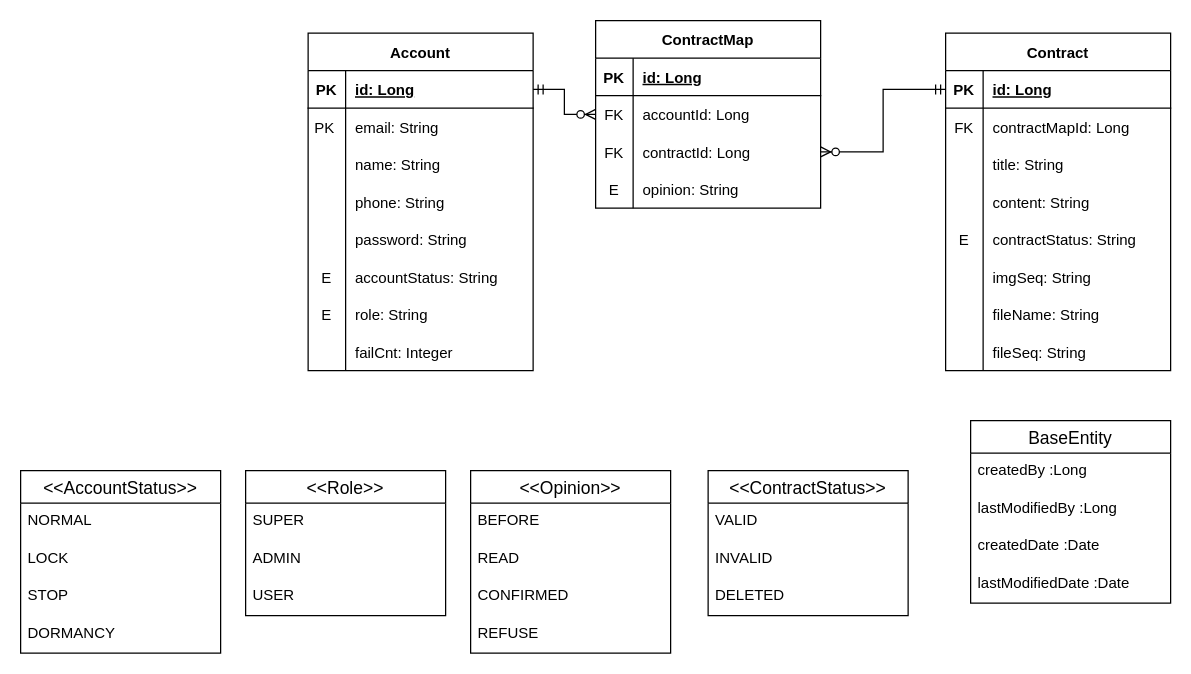
yline0808/withAPI keeps this draw.io diagram as withAPI.drawio. Above is the earlier version. Source tidied: cells renumbered, new cells numbered last; positions are measured from the earlier drawing's top-left corner, leaving out a move shared by most shapes. Both pictures are drawn from the tidied source at 125%, with x=0, y=0 at pixel (20, 20).
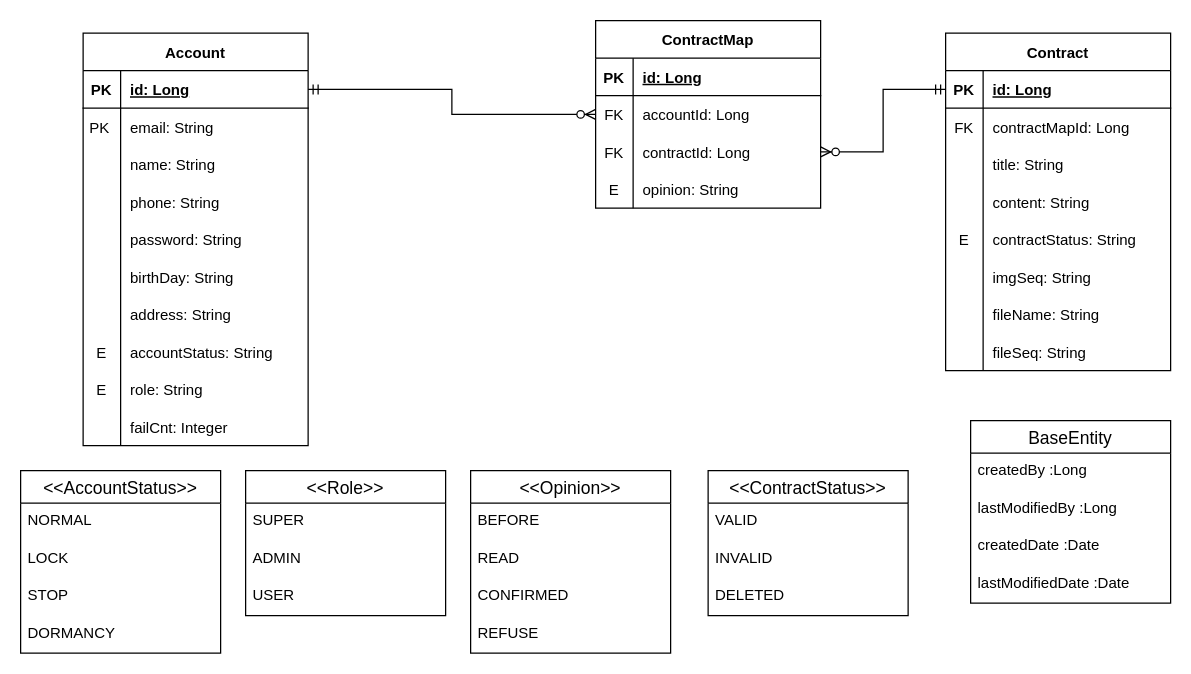
The same diagram, later.

The edit, as a diff of the source:
```diff
@@
     <mxCell id="2" value="Account" style="shape=table;startSize=30;childLayout=tableLayout;rowLines=0;fontStyle=1;align=center;" parent="1" vertex="1">
-      <mxGeometry x="230" y="10" width="180" height="270" as="geometry" />
+      <mxGeometry x="50" y="10" width="180" height="330" as="geometry" />
     </mxCell>
@@
+    <mxCell id="90" style="shape=tableRow;horizontal=0;startSize=0;swimlaneHead=0;swimlaneBody=0;fillColor=none;top=0;left=0;right=0;bottom=0;" parent="2" vertex="1">
+      <mxGeometry y="180" width="180" height="30" as="geometry" />
+    </mxCell>
+    <mxCell id="91" style="shape=partialRectangle;fillColor=none;top=0;left=0;bottom=0;right=0;overflow=hidden;" parent="90" vertex="1">
+      <mxGeometry width="30" height="30" as="geometry" />
+    </mxCell>
+    <mxCell id="92" value="birthDay: String" style="shape=partialRectangle;fillColor=none;top=0;left=0;bottom=0;right=0;align=left;spacingLeft=6;overflow=hidden;" parent="90" vertex="1">
+      <mxGeometry x="30" width="150" height="30" as="geometry" />
+    </mxCell>
+    <mxCell id="93" style="shape=tableRow;horizontal=0;startSize=0;swimlaneHead=0;swimlaneBody=0;fillColor=none;top=0;left=0;right=0;bottom=0;" parent="2" vertex="1">
+      <mxGeometry y="210" width="180" height="30" as="geometry" />
+    </mxCell>
+    <mxCell id="94" style="shape=partialRectangle;fillColor=none;top=0;left=0;bottom=0;right=0;overflow=hidden;" parent="93" vertex="1">
+      <mxGeometry width="30" height="30" as="geometry" />
+    </mxCell>
+    <mxCell id="95" value="address: String" style="shape=partialRectangle;fillColor=none;top=0;left=0;bottom=0;right=0;align=left;spacingLeft=6;overflow=hidden;" parent="93" vertex="1">
+      <mxGeometry x="30" width="150" height="30" as="geometry" />
+    </mxCell>
     <mxCell id="18" style="shape=tableRow;horizontal=0;startSize=0;swimlaneHead=0;swimlaneBody=0;fillColor=none;top=0;left=0;right=0;bottom=0;" parent="2" vertex="1">
-      <mxGeometry y="180" width="180" height="30" as="geometry" />
+      <mxGeometry y="240" width="180" height="30" as="geometry" />
     </mxCell>
@@
     <mxCell id="21" style="shape=tableRow;horizontal=0;startSize=0;swimlaneHead=0;swimlaneBody=0;fillColor=none;top=0;left=0;right=0;bottom=0;" parent="2" vertex="1">
-      <mxGeometry y="210" width="180" height="30" as="geometry" />
+      <mxGeometry y="270" width="180" height="30" as="geometry" />
     </mxCell>
@@
     <mxCell id="24" style="shape=tableRow;horizontal=0;startSize=0;swimlaneHead=0;swimlaneBody=0;fillColor=none;top=0;left=0;right=0;bottom=0;" parent="2" vertex="1">
-      <mxGeometry y="240" width="180" height="30" as="geometry" />
+      <mxGeometry y="300" width="180" height="30" as="geometry" />
     </mxCell>
```
